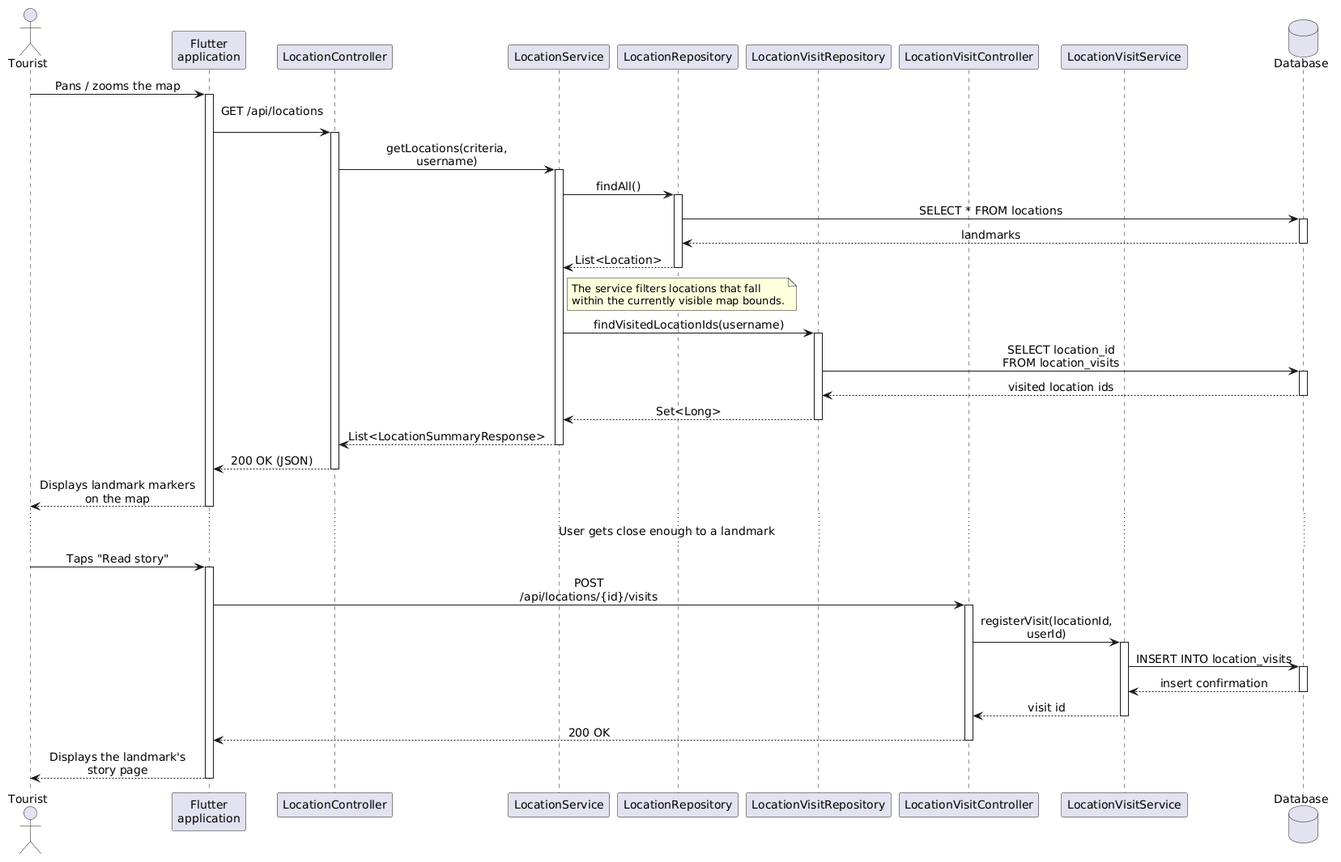
Above: slike/Otkrivanje-Znamenitosti.png in ffilko/diplomski-rad-filip-filko (PlantUML), before the change.
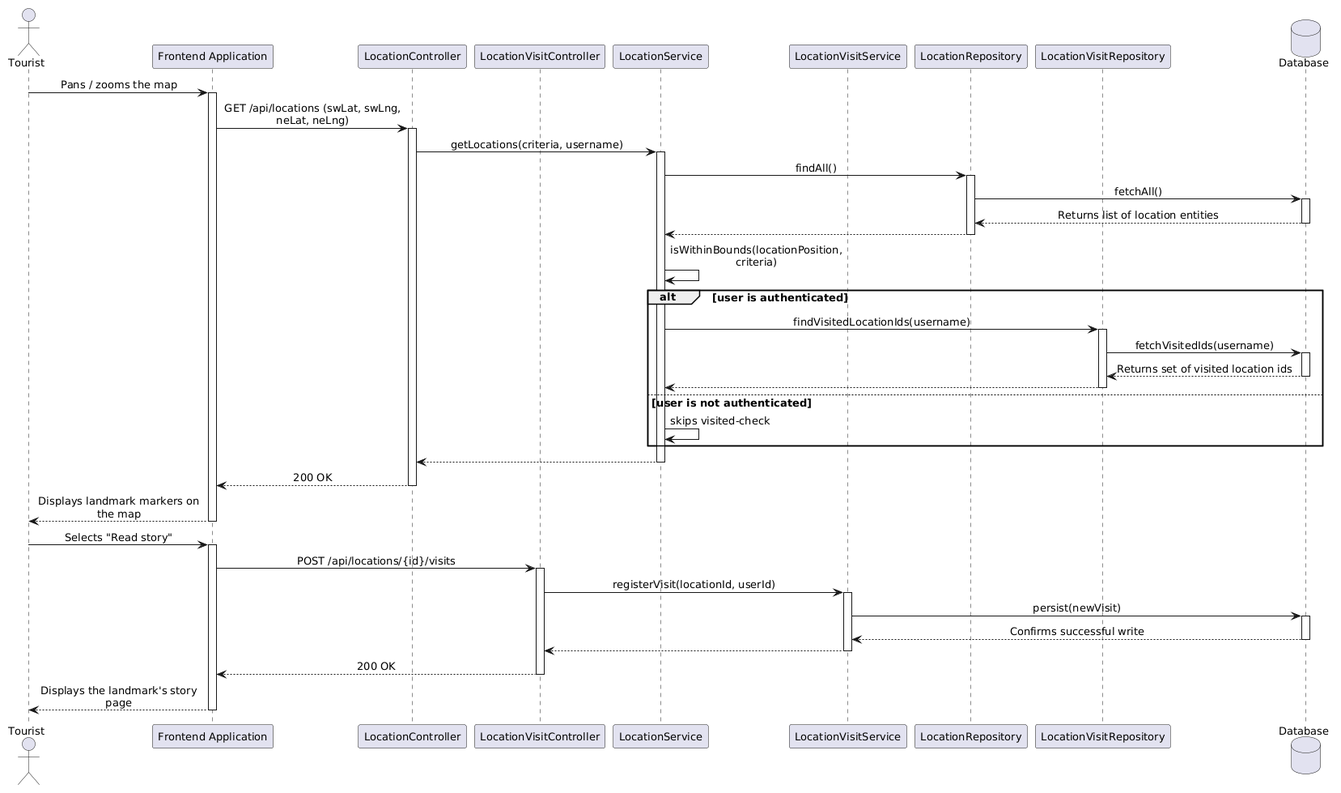
The same diagram one commit later.

What changed in the source:
```diff
@@ -1,65 +1,63 @@
 @startuml
 skinparam sequenceMessageAlign center
-skinparam maxMessageSize 200
-skinparam defaultFontSize 14
-skinparam noteFontSize 13
+skinparam maxMessageSize 220
+skinparam defaultFontSize 13
 
 actor Tourist
-participant "Flutter\napplication" as App
+participant "Frontend Application" as App
 participant "LocationController" as LC
+participant "LocationVisitController" as LVC
 participant "LocationService" as LS
+participant "LocationVisitService" as LVS
 participant "LocationRepository" as LR
 participant "LocationVisitRepository" as LVR
-participant "LocationVisitController" as LVC
-participant "LocationVisitService" as LVS
 database "Database" as DB
 
 Tourist -> App: Pans / zooms the map
 activate App
-App -> LC: GET /api/locations\n
+App -> LC: GET /api/locations (swLat, swLng, neLat, neLng)
 activate LC
 LC -> LS: getLocations(criteria, username)
 activate LS
 LS -> LR: findAll()
 activate LR
-LR -> DB: SELECT * FROM locations
+LR -> DB: fetchAll()
 activate DB
-DB --> LR: landmarks
+DB --> LR: Returns list of location entities
 deactivate DB
-LR --> LS: List<Location>
+LR --> LS
 deactivate LR
-note right of LS
-  The service filters locations that fall
-  within the currently visible map bounds.
-end note
-LS -> LVR: findVisitedLocationIds(username)
-activate LVR
-LVR -> DB: SELECT location_id\nFROM location_visits
-activate DB
-DB --> LVR: visited location ids
-deactivate DB
-LVR --> LS: Set<Long>
-deactivate LVR
-LS --> LC: List<LocationSummaryResponse>
+LS -> LS: isWithinBounds(locationPosition, criteria)
+alt user is authenticated
+  LS -> LVR: findVisitedLocationIds(username)
+  activate LVR
+  LVR -> DB: fetchVisitedIds(username)
+  activate DB
+  DB --> LVR: Returns set of visited location ids
+  deactivate DB
+  LVR --> LS
+  deactivate LVR
+else user is not authenticated
+  LS -> LS: skips visited-check
+end
+LS --> LC
 deactivate LS
-LC --> App: 200 OK (JSON)
+LC --> App: 200 OK
 deactivate LC
 App --> Tourist: Displays landmark markers on the map
 deactivate App
 
-... User gets close enough to a landmark ...
-
-Tourist -> App: Taps "Read story"
+Tourist -> App: Selects "Read story"
 activate App
 App -> LVC: POST /api/locations/{id}/visits
 activate LVC
 LVC -> LVS: registerVisit(locationId, userId)
 activate LVS
-LVS -> DB: INSERT INTO location_visits
+LVS -> DB: persist(newVisit)
 activate DB
-DB --> LVS: insert confirmation
+DB --> LVS: Confirms successful write
 deactivate DB
-LVS --> LVC: visit id
+LVS --> LVC
 deactivate LVS
 LVC --> App: 200 OK
 deactivate LVC
```
